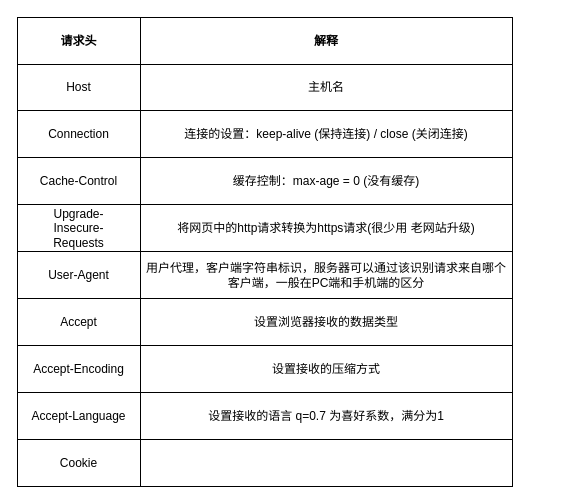
Before: page "HTTP协议" (5 of 5) of nodejs.drawio in letengzz/Drawing, a draw.io diagram. Source tidied: cells renumbered, new cells numbered last; positions are measured from the earlier drawing's top-left corner, leaving out a move shared by most shapes. Both pictures are drawn from the tidied source at 100%, with x=0, y=0 at pixel (17, 17).
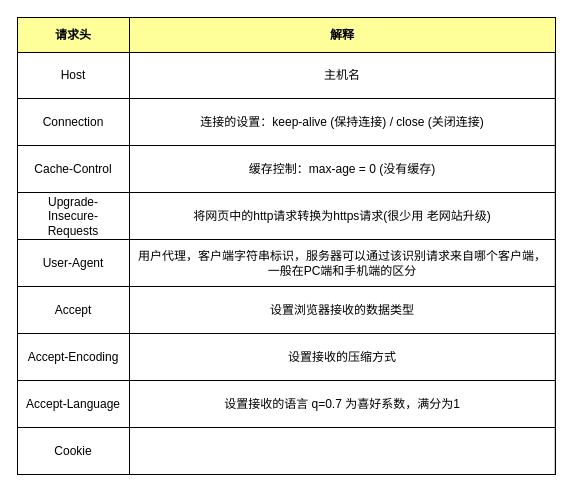
The same diagram, later.

Diff of the diagram source:
```diff
@@
     <mxCell id="2" style="childLayout=tableLayout;shadow=0;fillColor=none;" parent="1" vertex="1">
-      <mxGeometry width="495" height="469" as="geometry" />
+      <mxGeometry width="537.8" height="457" as="geometry" />
     </mxCell>
     <mxCell id="3" style="shape=tableRow;horizontal=0;startSize=0;swimlaneHead=0;swimlaneBody=0;top=0;left=0;bottom=0;right=0;fontStyle=0;fillColor=none;strokeColor=inherit;" parent="2" vertex="1">
-      <mxGeometry width="495" height="47" as="geometry" />
+      <mxGeometry width="537.8" height="35" as="geometry" />
     </mxCell>
-    <mxCell id="4" value="请求头" style="strokeColor=inherit;fillColor=none;align=center;whiteSpace=wrap;html=1;fontStyle=1;" parent="3" vertex="1">
-      <mxGeometry width="123" height="47" as="geometry" />
+    <mxCell id="4" value="请求头" style="strokeColor=inherit;fillColor=#FFFF99;align=center;whiteSpace=wrap;html=1;fontStyle=1;" parent="3" vertex="1">
+      <mxGeometry width="112" height="35" as="geometry" />
     </mxCell>
-    <mxCell id="5" value="解释" style="strokeColor=inherit;fillColor=none;align=center;whiteSpace=wrap;html=1;fontStyle=1;" parent="3" vertex="1">
-      <mxGeometry x="123" width="372" height="47" as="geometry" />
+    <mxCell id="5" value="解释" style="strokeColor=inherit;fillColor=#FFFF99;align=center;whiteSpace=wrap;html=1;fontStyle=1;" parent="3" vertex="1">
+      <mxGeometry x="112" width="426" height="35" as="geometry" />
     </mxCell>
     <mxCell id="6" style="shape=tableRow;horizontal=0;startSize=0;swimlaneHead=0;swimlaneBody=0;top=0;left=0;bottom=0;right=0;fontStyle=0;fillColor=none;strokeColor=inherit;" parent="2" vertex="1">
-      <mxGeometry y="47" width="495" height="46" as="geometry" />
+      <mxGeometry y="35" width="537.8" height="46" as="geometry" />
     </mxCell>
     <mxCell id="7" value="Host" style="strokeColor=inherit;fillColor=none;align=center;whiteSpace=wrap;html=1;" parent="6" vertex="1">
-      <mxGeometry width="123" height="46" as="geometry" />
+      <mxGeometry width="112" height="46" as="geometry" />
     </mxCell>
     <mxCell id="8" value="主机名" style="strokeColor=inherit;fillColor=none;align=center;whiteSpace=wrap;html=1;" parent="6" vertex="1">
-      <mxGeometry x="123" width="372" height="46" as="geometry" />
+      <mxGeometry x="112" width="426" height="46" as="geometry" />
     </mxCell>
     <mxCell id="9" style="shape=tableRow;horizontal=0;startSize=0;swimlaneHead=0;swimlaneBody=0;top=0;left=0;bottom=0;right=0;fontStyle=0;fillColor=none;strokeColor=inherit;" parent="2" vertex="1">
-      <mxGeometry y="93" width="495" height="47" as="geometry" />
+      <mxGeometry y="81" width="537.8" height="47" as="geometry" />
     </mxCell>
     <mxCell id="10" value="Connection" style="strokeColor=inherit;fillColor=none;align=center;whiteSpace=wrap;html=1;" parent="9" vertex="1">
-      <mxGeometry width="123" height="47" as="geometry" />
+      <mxGeometry width="112" height="47" as="geometry" />
     </mxCell>
     <mxCell id="11" value="连接的设置：keep-alive (保持连接) / close (关闭连接)" style="strokeColor=inherit;fillColor=none;align=center;whiteSpace=wrap;html=1;" parent="9" vertex="1">
-      <mxGeometry x="123" width="372" height="47" as="geometry" />
+      <mxGeometry x="112" width="426" height="47" as="geometry" />
     </mxCell>
     <mxCell id="12" style="shape=tableRow;horizontal=0;startSize=0;swimlaneHead=0;swimlaneBody=0;top=0;left=0;bottom=0;right=0;fontStyle=0;fillColor=none;strokeColor=inherit;" parent="2" vertex="1">
-      <mxGeometry y="140" width="495" height="47" as="geometry" />
+      <mxGeometry y="128" width="537.8" height="47" as="geometry" />
     </mxCell>
     <mxCell id="13" value="Cache-Control" style="strokeColor=inherit;fillColor=none;align=center;whiteSpace=wrap;html=1;" parent="12" vertex="1">
-      <mxGeometry width="123" height="47" as="geometry" />
+      <mxGeometry width="112" height="47" as="geometry" />
     </mxCell>
     <mxCell id="14" value="缓存控制：max-age = 0 (没有缓存)" style="strokeColor=inherit;fillColor=none;align=center;whiteSpace=wrap;html=1;" parent="12" vertex="1">
-      <mxGeometry x="123" width="372" height="47" as="geometry" />
+      <mxGeometry x="112" width="426" height="47" as="geometry" />
     </mxCell>
     <mxCell id="15" style="shape=tableRow;horizontal=0;startSize=0;swimlaneHead=0;swimlaneBody=0;top=0;left=0;bottom=0;right=0;fontStyle=0;fillColor=none;strokeColor=inherit;" parent="2" vertex="1">
-      <mxGeometry y="187" width="495" height="47" as="geometry" />
+      <mxGeometry y="175" width="537.8" height="47" as="geometry" />
     </mxCell>
     <mxCell id="16" value="Upgrade-&lt;br&gt;Insecure-&lt;br&gt;Requests" style="strokeColor=inherit;fillColor=none;align=center;whiteSpace=wrap;html=1;" parent="15" vertex="1">
-      <mxGeometry width="123" height="47" as="geometry" />
+      <mxGeometry width="112" height="47" as="geometry" />
     </mxCell>
     <mxCell id="17" value="将网页中的http请求转换为https请求(很少用 老网站升级)" style="strokeColor=inherit;fillColor=none;align=center;whiteSpace=wrap;html=1;" parent="15" vertex="1">
-      <mxGeometry x="123" width="372" height="47" as="geometry" />
+      <mxGeometry x="112" width="426" height="47" as="geometry" />
     </mxCell>
     <mxCell id="18" style="shape=tableRow;horizontal=0;startSize=0;swimlaneHead=0;swimlaneBody=0;top=0;left=0;bottom=0;right=0;fontStyle=0;fillColor=none;strokeColor=inherit;" parent="2" vertex="1">
-      <mxGeometry y="234" width="495" height="47" as="geometry" />
+      <mxGeometry y="222" width="537.8" height="47" as="geometry" />
     </mxCell>
     <mxCell id="19" value="User-Agent" style="strokeColor=inherit;fillColor=none;align=center;whiteSpace=wrap;html=1;" parent="18" vertex="1">
-      <mxGeometry width="123" height="47" as="geometry" />
+      <mxGeometry width="112" height="47" as="geometry" />
     </mxCell>
-    <mxCell id="20" value="用户代理，客户端字符串标识，服务器可以通过该识别请求来自哪个客户端，一般在PC端和手机端的区分" style="strokeColor=inherit;fillColor=none;align=center;whiteSpace=wrap;html=1;" parent="18" vertex="1">
-      <mxGeometry x="123" width="372" height="47" as="geometry" />
+    <mxCell id="20" value="用户代理，客户端字符串标识，服务器可以通过该识别请求来自哪个客户端，&lt;br&gt;一般在PC端和手机端的区分" style="strokeColor=inherit;fillColor=none;align=center;whiteSpace=wrap;html=1;" parent="18" vertex="1">
+      <mxGeometry x="112" width="426" height="47" as="geometry" />
     </mxCell>
     <mxCell id="21" style="shape=tableRow;horizontal=0;startSize=0;swimlaneHead=0;swimlaneBody=0;top=0;left=0;bottom=0;right=0;fontStyle=0;fillColor=none;strokeColor=inherit;" parent="2" vertex="1">
-      <mxGeometry y="281" width="495" height="47" as="geometry" />
+      <mxGeometry y="269" width="537.8" height="47" as="geometry" />
     </mxCell>
     <mxCell id="22" value="Accept" style="strokeColor=inherit;fillColor=none;align=center;whiteSpace=wrap;html=1;" parent="21" vertex="1">
-      <mxGeometry width="123" height="47" as="geometry" />
+      <mxGeometry width="112" height="47" as="geometry" />
     </mxCell>
     <mxCell id="23" value="设置浏览器接收的数据类型" style="strokeColor=inherit;fillColor=none;align=center;whiteSpace=wrap;html=1;" parent="21" vertex="1">
-      <mxGeometry x="123" width="372" height="47" as="geometry" />
+      <mxGeometry x="112" width="426" height="47" as="geometry" />
     </mxCell>
     <mxCell id="24" style="shape=tableRow;horizontal=0;startSize=0;swimlaneHead=0;swimlaneBody=0;top=0;left=0;bottom=0;right=0;fontStyle=0;fillColor=none;strokeColor=inherit;" parent="2" vertex="1">
-      <mxGeometry y="328" width="495" height="47" as="geometry" />
+      <mxGeometry y="316" width="537.8" height="47" as="geometry" />
     </mxCell>
     <mxCell id="25" value="Accept-Encoding" style="strokeColor=inherit;fillColor=none;align=center;whiteSpace=wrap;html=1;" parent="24" vertex="1">
-      <mxGeometry width="123" height="47" as="geometry" />
+      <mxGeometry width="112" height="47" as="geometry" />
     </mxCell>
     <mxCell id="26" value="设置接收的压缩方式" style="strokeColor=inherit;fillColor=none;align=center;whiteSpace=wrap;html=1;" parent="24" vertex="1">
-      <mxGeometry x="123" width="372" height="47" as="geometry" />
+      <mxGeometry x="112" width="426" height="47" as="geometry" />
     </mxCell>
     <mxCell id="27" style="shape=tableRow;horizontal=0;startSize=0;swimlaneHead=0;swimlaneBody=0;top=0;left=0;bottom=0;right=0;fontStyle=0;fillColor=none;strokeColor=inherit;" parent="2" vertex="1">
-      <mxGeometry y="375" width="495" height="47" as="geometry" />
+      <mxGeometry y="363" width="537.8" height="47" as="geometry" />
     </mxCell>
     <mxCell id="28" value="Accept-Language" style="strokeColor=inherit;fillColor=none;align=center;whiteSpace=wrap;html=1;" parent="27" vertex="1">
-      <mxGeometry width="123" height="47" as="geometry" />
+      <mxGeometry width="112" height="47" as="geometry" />
     </mxCell>
     <mxCell id="29" value="设置接收的语言 q=0.7 为喜好系数，满分为1" style="strokeColor=inherit;fillColor=none;align=center;whiteSpace=wrap;html=1;" parent="27" vertex="1">
-      <mxGeometry x="123" width="372" height="47" as="geometry" />
+      <mxGeometry x="112" width="426" height="47" as="geometry" />
     </mxCell>
     <mxCell id="30" style="shape=tableRow;horizontal=0;startSize=0;swimlaneHead=0;swimlaneBody=0;top=0;left=0;bottom=0;right=0;fontStyle=0;fillColor=none;strokeColor=inherit;" parent="2" vertex="1">
-      <mxGeometry y="422" width="495" height="47" as="geometry" />
+      <mxGeometry y="410" width="537.8" height="47" as="geometry" />
     </mxCell>
     <mxCell id="31" value="Cookie" style="strokeColor=inherit;fillColor=none;align=center;whiteSpace=wrap;html=1;" parent="30" vertex="1">
-      <mxGeometry width="123" height="47" as="geometry" />
+      <mxGeometry width="112" height="47" as="geometry" />
     </mxCell>
     <mxCell id="32" style="strokeColor=inherit;fillColor=none;align=center;whiteSpace=wrap;html=1;" parent="30" vertex="1">
-      <mxGeometry x="123" width="372" height="47" as="geometry" />
+      <mxGeometry x="112" width="426" height="47" as="geometry" />
     </mxCell>
```
